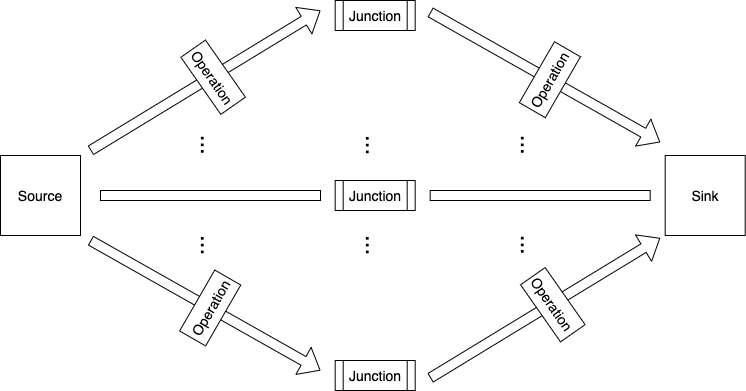
Earlier version of the draw.io export diagram.png (flaviuvadan/pipe-flow). Source tidied: cells renumbered, new cells last; positions are measured from the earlier drawing's top-left corner, leaving out a move shared by most shapes. The source it was exported from:
```xml
<mxGraphModel>
  <root>
    <mxCell id="0" />
    <mxCell id="1" parent="0" />
    <mxCell id="2" value="&lt;font style=&quot;font-size: 14px&quot;&gt;Source&lt;/font&gt;" style="whiteSpace=wrap;html=1;" parent="1" vertex="1">
      <mxGeometry y="155" width="80" height="80" as="geometry" />
    </mxCell>
    <mxCell id="3" style="rounded=0;whiteSpace=wrap;html=1;rotation=0;" parent="1" vertex="1">
      <mxGeometry x="100" y="190" width="220" height="10" as="geometry" />
    </mxCell>
    <mxCell id="4" value="&lt;font style=&quot;font-size: 24px&quot;&gt;...&lt;/font&gt;" style="text;html=1;strokeColor=none;fillColor=none;align=center;verticalAlign=middle;whiteSpace=wrap;rounded=0;rotation=90;" parent="1" vertex="1">
      <mxGeometry x="190" y="135" width="40" height="20" as="geometry" />
    </mxCell>
    <mxCell id="5" value="&lt;font style=&quot;font-size: 24px&quot;&gt;...&lt;/font&gt;" style="text;html=1;strokeColor=none;fillColor=none;align=center;verticalAlign=middle;whiteSpace=wrap;rounded=0;rotation=90;" parent="1" vertex="1">
      <mxGeometry x="189.7" y="235" width="40" height="20" as="geometry" />
    </mxCell>
    <mxCell id="6" value="&lt;font style=&quot;font-size: 14px&quot;&gt;Junction&lt;/font&gt;" style="shape=process;whiteSpace=wrap;html=1;backgroundOutline=1;" parent="1" vertex="1">
      <mxGeometry x="334.7" width="80" height="30" as="geometry" />
    </mxCell>
    <mxCell id="7" value="&lt;span style=&quot;white-space: normal&quot;&gt;&lt;font style=&quot;font-size: 14px&quot;&gt;Junction&lt;/font&gt;&lt;/span&gt;" style="shape=process;whiteSpace=wrap;html=1;backgroundOutline=1;" parent="1" vertex="1">
      <mxGeometry x="334.7" y="180" width="80" height="30" as="geometry" />
    </mxCell>
    <mxCell id="8" value="&lt;span style=&quot;white-space: normal&quot;&gt;&lt;font style=&quot;font-size: 14px&quot;&gt;Junction&lt;/font&gt;&lt;/span&gt;" style="shape=process;whiteSpace=wrap;html=1;backgroundOutline=1;" parent="1" vertex="1">
      <mxGeometry x="334.7" y="360" width="80" height="30" as="geometry" />
    </mxCell>
    <mxCell id="9" value="&lt;font style=&quot;font-size: 24px&quot;&gt;...&lt;/font&gt;" style="text;html=1;strokeColor=none;fillColor=none;align=center;verticalAlign=middle;whiteSpace=wrap;rounded=0;rotation=90;" parent="1" vertex="1">
      <mxGeometry x="354.7" y="135" width="40" height="20" as="geometry" />
    </mxCell>
    <mxCell id="10" value="&lt;font style=&quot;font-size: 24px&quot;&gt;...&lt;/font&gt;" style="text;html=1;strokeColor=none;fillColor=none;align=center;verticalAlign=middle;whiteSpace=wrap;rounded=0;rotation=90;" parent="1" vertex="1">
      <mxGeometry x="354.7" y="235" width="40" height="20" as="geometry" />
    </mxCell>
    <mxCell id="11" style="rounded=0;whiteSpace=wrap;html=1;rotation=0;" parent="1" vertex="1">
      <mxGeometry x="429.7" y="190" width="220" height="10" as="geometry" />
    </mxCell>
    <mxCell id="12" value="&lt;font style=&quot;font-size: 14px&quot;&gt;Sink&lt;/font&gt;" style="whiteSpace=wrap;html=1;" parent="1" vertex="1">
      <mxGeometry x="664.7" y="155" width="80" height="80" as="geometry" />
    </mxCell>
    <mxCell id="13" value="&lt;font style=&quot;font-size: 24px&quot;&gt;...&lt;/font&gt;" style="text;html=1;strokeColor=none;fillColor=none;align=center;verticalAlign=middle;whiteSpace=wrap;rounded=0;rotation=90;" parent="1" vertex="1">
      <mxGeometry x="510" y="135" width="40" height="20" as="geometry" />
    </mxCell>
    <mxCell id="14" value="&lt;font style=&quot;font-size: 24px&quot;&gt;...&lt;/font&gt;" style="text;html=1;strokeColor=none;fillColor=none;align=center;verticalAlign=middle;whiteSpace=wrap;rounded=0;rotation=90;" parent="1" vertex="1">
      <mxGeometry x="510" y="235" width="40" height="20" as="geometry" />
    </mxCell>
    <mxCell id="15" style="shape=flexArrow;endArrow=classic;html=1;" parent="1" edge="1">
      <mxGeometry relative="1" as="geometry">
        <mxPoint x="90" y="150" as="sourcePoint" />
        <mxPoint x="320" y="10" as="targetPoint" />
      </mxGeometry>
    </mxCell>
    <mxCell id="16" value="&lt;font style=&quot;font-size: 14px&quot;&gt;Operation&lt;/font&gt;" style="rounded=0;whiteSpace=wrap;html=1;rotation=55;" parent="1" vertex="1">
      <mxGeometry x="177.8" y="61.7" width="69.7" height="30" as="geometry" />
    </mxCell>
    <mxCell id="17" style="shape=flexArrow;endArrow=classic;html=1;" parent="1" edge="1">
      <mxGeometry relative="1" as="geometry">
        <mxPoint x="90" y="240" as="sourcePoint" />
        <mxPoint x="320" y="370" as="targetPoint" />
      </mxGeometry>
    </mxCell>
    <mxCell id="18" value="&lt;font style=&quot;font-size: 14px&quot;&gt;Operation&lt;/font&gt;" style="rounded=0;whiteSpace=wrap;html=1;rotation=-60;" parent="1" vertex="1">
      <mxGeometry x="174.5" y="292.5" width="70.3" height="30" as="geometry" />
    </mxCell>
    <mxCell id="19" style="shape=flexArrow;endArrow=classic;html=1;" parent="1" edge="1">
      <mxGeometry relative="1" as="geometry">
        <mxPoint x="429.7" y="11.7" as="sourcePoint" />
        <mxPoint x="659.7" y="141.7" as="targetPoint" />
      </mxGeometry>
    </mxCell>
    <mxCell id="20" value="&lt;font style=&quot;font-size: 14px&quot;&gt;Operation&lt;/font&gt;" style="rounded=0;whiteSpace=wrap;html=1;rotation=-60;" parent="1" vertex="1">
      <mxGeometry x="514.2" y="64.2" width="70.3" height="30" as="geometry" />
    </mxCell>
    <mxCell id="21" style="shape=flexArrow;endArrow=classic;html=1;" parent="1" edge="1">
      <mxGeometry relative="1" as="geometry">
        <mxPoint x="429.7" y="377.5" as="sourcePoint" />
        <mxPoint x="659.7" y="237.5" as="targetPoint" />
      </mxGeometry>
    </mxCell>
    <mxCell id="22" value="&lt;font style=&quot;font-size: 14px&quot;&gt;Operation&lt;/font&gt;" style="rounded=0;whiteSpace=wrap;html=1;rotation=55;" parent="1" vertex="1">
      <mxGeometry x="517.5" y="289.2" width="69.7" height="30" as="geometry" />
    </mxCell>
  </root>
</mxGraphModel>
```
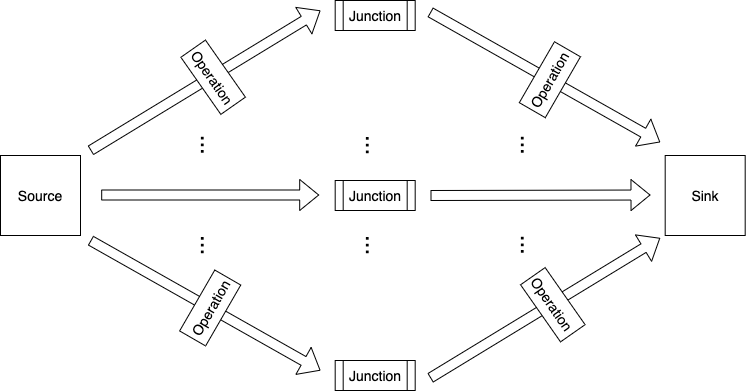
Later version of the same file.

Commit message:
Improve diagram

What changed in the source:
```diff
@@ -5,9 +5,6 @@
     <mxCell id="2" value="&lt;font style=&quot;font-size: 14px&quot;&gt;Source&lt;/font&gt;" style="whiteSpace=wrap;html=1;" parent="1" vertex="1">
       <mxGeometry y="155" width="80" height="80" as="geometry" />
     </mxCell>
-    <mxCell id="3" style="rounded=0;whiteSpace=wrap;html=1;rotation=0;" parent="1" vertex="1">
-      <mxGeometry x="100" y="190" width="220" height="10" as="geometry" />
-    </mxCell>
     <mxCell id="4" value="&lt;font style=&quot;font-size: 24px&quot;&gt;...&lt;/font&gt;" style="text;html=1;strokeColor=none;fillColor=none;align=center;verticalAlign=middle;whiteSpace=wrap;rounded=0;rotation=90;" parent="1" vertex="1">
       <mxGeometry x="190" y="135" width="40" height="20" as="geometry" />
     </mxCell>
@@ -29,9 +26,6 @@
     <mxCell id="10" value="&lt;font style=&quot;font-size: 24px&quot;&gt;...&lt;/font&gt;" style="text;html=1;strokeColor=none;fillColor=none;align=center;verticalAlign=middle;whiteSpace=wrap;rounded=0;rotation=90;" parent="1" vertex="1">
       <mxGeometry x="354.7" y="235" width="40" height="20" as="geometry" />
     </mxCell>
-    <mxCell id="11" style="rounded=0;whiteSpace=wrap;html=1;rotation=0;" parent="1" vertex="1">
-      <mxGeometry x="429.7" y="190" width="220" height="10" as="geometry" />
-    </mxCell>
     <mxCell id="12" value="&lt;font style=&quot;font-size: 14px&quot;&gt;Sink&lt;/font&gt;" style="whiteSpace=wrap;html=1;" parent="1" vertex="1">
       <mxGeometry x="664.7" y="155" width="80" height="80" as="geometry" />
     </mxCell>
@@ -77,5 +71,17 @@
     <mxCell id="22" value="&lt;font style=&quot;font-size: 14px&quot;&gt;Operation&lt;/font&gt;" style="rounded=0;whiteSpace=wrap;html=1;rotation=55;" parent="1" vertex="1">
       <mxGeometry x="517.5" y="289.2" width="69.7" height="30" as="geometry" />
     </mxCell>
+    <mxCell id="23" style="shape=flexArrow;endArrow=classic;html=1;" parent="1" edge="1">
+      <mxGeometry relative="1" as="geometry">
+        <mxPoint x="100.7" y="194.5" as="sourcePoint" />
+        <mxPoint x="318.7" y="194.5" as="targetPoint" />
+      </mxGeometry>
+    </mxCell>
+    <mxCell id="24" style="shape=flexArrow;endArrow=classic;html=1;" parent="1" edge="1">
+      <mxGeometry relative="1" as="geometry">
+        <mxPoint x="430" y="195" as="sourcePoint" />
+        <mxPoint x="650" y="194.5" as="targetPoint" />
+      </mxGeometry>
+    </mxCell>
   </root>
 </mxGraphModel>
```
